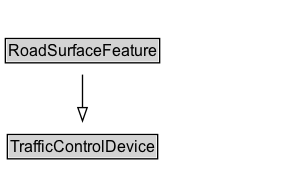
Earlier version of the Graphviz export docs/diagrams/RoadSurfaceFeature.dot.png (k-vaughn/ontology-its-regulation). Its source is kept beside it as docs/diagrams/RoadSurfaceFeature.dot.
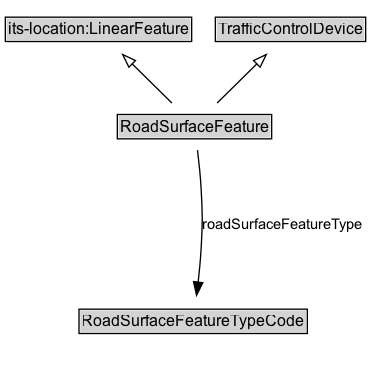
Later version of the same file.

What changed in the source:
```diff
@@ -2,6 +2,11 @@
 	graph [overlap=false rankdir=TB splines=true]
 	node [fontname=Arial fontsize=12 margin=0 shape=none]
 	edge [fontname=Arial fontsize=11]
+	{
+		rank=source
+		"its-location_LinearFeature" [label=<<TABLE BORDER="1" CELLBORDER="0" CELLSPACING="0" CELLPADDING="1"><TR><TD BGCOLOR="lightgray" ALIGN="CENTER">its-location:LinearFeature</TD></TR></TABLE>> URL="https://w3id.org/itsdata/location/v1/LinearFeature" margin=0]
+		TrafficControlDevice [label=<<TABLE BORDER="1" CELLBORDER="0" CELLSPACING="0" CELLPADDING="1"><TR><TD BGCOLOR="lightgray" ALIGN="CENTER">TrafficControlDevice</TD></TR></TABLE>> URL="../TrafficControlDevice" margin=0]
+	}
 	RoadSurfaceFeature [label=<<TABLE BORDER="1" CELLBORDER="0" CELLSPACING="0" CELLPADDING="1"><TR><TD BGCOLOR="lightgray" ALIGN="CENTER">RoadSurfaceFeature</TD></TR></TABLE>> URL="../RoadSurfaceFeature" margin=0]
 	{
 		rank=max
@@ -9,7 +14,12 @@
 	subgraph cluster_associated {
 		label="" style=invis
 		Invis [label=<<TABLE BORDER="0" CELLBORDER="0" CELLSPACING="0" CELLPADDING="1"><TR><TD></TD></TR></TABLE>> margin=0 style=invis]
+		RoadSurfaceFeatureTypeCode [label=<<TABLE BORDER="1" CELLBORDER="0" CELLSPACING="0" CELLPADDING="1"><TR><TD BGCOLOR="lightgray" ALIGN="CENTER">RoadSurfaceFeatureTypeCode</TD></TR></TABLE>> URL="../RoadSurfaceFeatureTypeCode" margin=0]
 	}
-	TrafficControlDevice [label=<<TABLE BORDER="1" CELLBORDER="0" CELLSPACING="0" CELLPADDING="1"><TR><TD BGCOLOR="lightgray" ALIGN="CENTER">TrafficControlDevice</TD></TR></TABLE>> URL="../TrafficControlDevice" margin=0]
+	RoadSurfaceFeature -> "its-location_LinearFeature" [arrowhead=onormal style=solid]
 	RoadSurfaceFeature -> TrafficControlDevice [arrowhead=onormal style=solid]
+	RoadSurfaceFeature -> Invis [style=invis]
+	Invis -> RoadSurfaceFeatureTypeCode [style=invis]
+	RoadSurfaceFeatureTypeCode [label=<<TABLE BORDER="1" CELLBORDER="0" CELLSPACING="0" CELLPADDING="1"><TR><TD BGCOLOR="lightgray" ALIGN="CENTER">RoadSurfaceFeatureTypeCode</TD></TR></TABLE>> URL="../RoadSurfaceFeatureTypeCode" margin=0]
+	RoadSurfaceFeature -> RoadSurfaceFeatureTypeCode [label=roadSurfaceFeatureType arrowhead=normal style=solid]
 }
```
